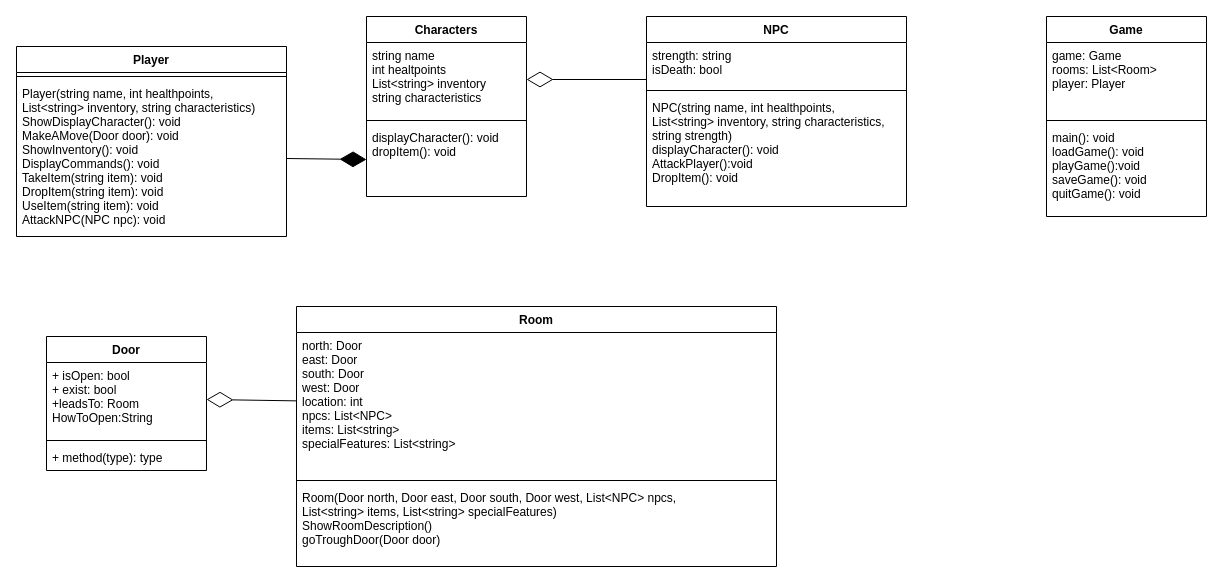
sabinecelina/SDAbschlussaufgabe keeps this draw.io diagram as Concept/ClassDiagram/ClassDiagramFull.drawio. Above is the earlier version. Source tidied: cells renumbered, new cells numbered last; positions are measured from the earlier drawing's top-left corner, leaving out a move shared by most shapes. Both pictures are drawn from the tidied source at 100%, with x=0, y=0 at pixel (16, 16).
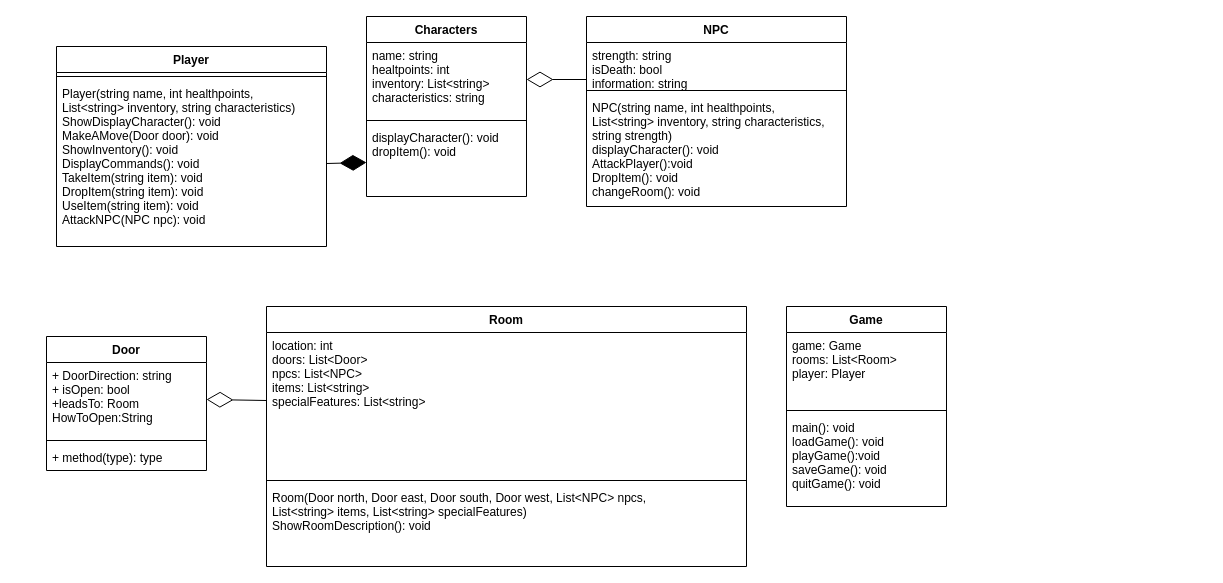
The same page after the edit.

Commit message (it also covers changes not shown here):
changed activity diagram

The change refers to these unchanged cells:
```xml
<mxCell id="5" value="Characters" style="swimlane;fontStyle=1;align=center;verticalAlign=top;horizontal=1;startSize=26;" parent="1" vertex="1">
  <mxGeometry x="350" width="160" height="180" as="geometry" />
</mxCell>
<mxCell id="15" value="Door" style="swimlane;fontStyle=1;align=center;verticalAlign=top;horizontal=1;startSize=26;" parent="1" vertex="1">
  <mxGeometry x="30" y="320" width="160" height="134" as="geometry" />
</mxCell>
```

Change to the diagram source:
```diff
@@
     <mxCell id="2" value="Player" style="swimlane;fontStyle=1;align=center;verticalAlign=top;horizontal=1;startSize=26;" parent="1" vertex="1">
-      <mxGeometry y="30" width="270" height="190" as="geometry" />
+      <mxGeometry x="40" y="30" width="270" height="200" as="geometry" />
     </mxCell>
@@
     <mxCell id="4" value="Player(string name, int healthpoints, &#10;List&lt;string&gt; inventory, string characteristics)&#10;ShowDisplayCharacter(): void&#10;MakeAMove(Door door): void&#10;ShowInventory(): void&#10;DisplayCommands(): void&#10;TakeItem(string item): void&#10;DropItem(string item): void&#10;UseItem(string item): void&#10;AttackNPC(NPC npc): void&#10;" style="text;strokeColor=none;fillColor=none;align=left;verticalAlign=top;spacingLeft=4;spacingRight=4;overflow=hidden;points=[[0,0.5],[1,0.5]];portConstraint=eastwest;" parent="2" vertex="1">
-      <mxGeometry y="34" width="270" height="156" as="geometry" />
+      <mxGeometry y="34" width="270" height="166" as="geometry" />
     </mxCell>
@@
-    <mxCell id="6" value="string name&#10;int healtpoints&#10;List&lt;string&gt; inventory &#10;string characteristics" style="text;strokeColor=none;fillColor=none;align=left;verticalAlign=top;spacingLeft=4;spacingRight=4;overflow=hidden;points=[[0,0.5],[1,0.5]];portConstraint=eastwest;" parent="5" vertex="1">
+    <mxCell id="6" value="name: string &#10;healtpoints: int&#10;inventory: List&lt;string&gt; &#10;characteristics: string" style="text;strokeColor=none;fillColor=none;align=left;verticalAlign=top;spacingLeft=4;spacingRight=4;overflow=hidden;points=[[0,0.5],[1,0.5]];portConstraint=eastwest;" parent="5" vertex="1">
       <mxGeometry y="26" width="160" height="74" as="geometry" />
     </mxCell>
@@
     <mxCell id="9" value="NPC" style="swimlane;fontStyle=1;align=center;verticalAlign=top;horizontal=1;startSize=26;" parent="1" vertex="1">
-      <mxGeometry x="630" width="260" height="190" as="geometry" />
+      <mxGeometry x="570" width="260" height="190" as="geometry" />
     </mxCell>
-    <mxCell id="10" value="strength: string&#10;isDeath: bool" style="text;strokeColor=none;fillColor=none;align=left;verticalAlign=top;spacingLeft=4;spacingRight=4;overflow=hidden;" parent="9" vertex="1">
+    <mxCell id="10" value="strength: string&#10;isDeath: bool&#10;information: string" style="text;strokeColor=none;fillColor=none;align=left;verticalAlign=top;spacingLeft=4;spacingRight=4;overflow=hidden;" parent="9" vertex="1">
       <mxGeometry y="26" width="260" height="44" as="geometry" />
     </mxCell>
@@
-    <mxCell id="12" value="NPC(string name, int healthpoints, &#10;List&lt;string&gt; inventory, string characteristics,&#10;string strength)&#10;displayCharacter(): void&#10;AttackPlayer():void&#10;DropItem(): void" style="text;strokeColor=none;fillColor=none;align=left;verticalAlign=top;spacingLeft=4;spacingRight=4;overflow=hidden;" parent="9" vertex="1">
+    <mxCell id="12" value="NPC(string name, int healthpoints, &#10;List&lt;string&gt; inventory, string characteristics,&#10;string strength)&#10;displayCharacter(): void&#10;AttackPlayer():void&#10;DropItem(): void&#10;changeRoom(): void" style="text;strokeColor=none;fillColor=none;align=left;verticalAlign=top;spacingLeft=4;spacingRight=4;overflow=hidden;" parent="9" vertex="1">
       <mxGeometry y="78" width="260" height="112" as="geometry" />
     </mxCell>
     <mxCell id="13" style="endArrow=diamondThin;endFill=0;endSize=24;html=1;entryX=1;entryY=0.5;entryDx=0;entryDy=0;" parent="1" edge="1" target="6">
       <mxGeometry relative="1" as="geometry">
-        <mxPoint x="630" y="63" as="sourcePoint" />
+        <mxPoint x="570" y="63" as="sourcePoint" />
       </mxGeometry>
     </mxCell>
@@
-    <mxCell id="16" value="+ isOpen: bool&#10;+ exist: bool&#10;+leadsTo: Room&#10;HowToOpen:String" style="text;strokeColor=none;fillColor=none;align=left;verticalAlign=top;spacingLeft=4;spacingRight=4;overflow=hidden;points=[[0,0.5],[1,0.5]];portConstraint=eastwest;" parent="15" vertex="1">
+    <mxCell id="16" value="+ DoorDirection: string&#10;+ isOpen: bool&#10;+leadsTo: Room&#10;HowToOpen:String" style="text;strokeColor=none;fillColor=none;align=left;verticalAlign=top;spacingLeft=4;spacingRight=4;overflow=hidden;points=[[0,0.5],[1,0.5]];portConstraint=eastwest;" parent="15" vertex="1">
       <mxGeometry y="26" width="160" height="74" as="geometry" />
     </mxCell>
@@
     <mxCell id="19" value="Room" style="swimlane;fontStyle=1;align=center;verticalAlign=top;horizontal=1;startSize=26;" parent="1" vertex="1">
-      <mxGeometry x="280" y="290" width="480" height="260" as="geometry" />
+      <mxGeometry x="250" y="290" width="480" height="260" as="geometry" />
     </mxCell>
-    <mxCell id="20" value="north: Door&#10;east: Door&#10;south: Door&#10;west: Door&#10;location: int&#10;npcs: List&lt;NPC&gt; &#10;items: List&lt;string&gt; &#10;specialFeatures: List&lt;string&gt; " style="text;strokeColor=none;fillColor=none;align=left;verticalAlign=top;spacingLeft=4;spacingRight=4;overflow=hidden;points=[[0,0.5],[1,0.5]];portConstraint=eastwest;" parent="19" vertex="1">
+    <mxCell id="20" value="location: int&#10;doors: List&lt;Door&gt;&#10;npcs: List&lt;NPC&gt; &#10;items: List&lt;string&gt; &#10;specialFeatures: List&lt;string&gt; " style="text;strokeColor=none;fillColor=none;align=left;verticalAlign=top;spacingLeft=4;spacingRight=4;overflow=hidden;points=[[0,0.5],[1,0.5]];portConstraint=eastwest;" parent="19" vertex="1">
       <mxGeometry y="26" width="480" height="144" as="geometry" />
     </mxCell>
@@
-    <mxCell id="22" value="Room(Door north, Door east, Door south, Door west, List&lt;NPC&gt; npcs, &#10;List&lt;string&gt; items, List&lt;string&gt; specialFeatures)&#10;ShowRoomDescription()&#10;goTroughDoor(Door door)" style="text;strokeColor=none;fillColor=none;align=left;verticalAlign=top;spacingLeft=4;spacingRight=4;overflow=hidden;" parent="19" vertex="1">
+    <mxCell id="22" value="Room(Door north, Door east, Door south, Door west, List&lt;NPC&gt; npcs, &#10;List&lt;string&gt; items, List&lt;string&gt; specialFeatures)&#10;ShowRoomDescription(): void" style="text;strokeColor=none;fillColor=none;align=left;verticalAlign=top;spacingLeft=4;spacingRight=4;overflow=hidden;" parent="19" vertex="1">
       <mxGeometry y="178" width="480" height="82" as="geometry" />
     </mxCell>
@@
     <mxCell id="24" value="Game" style="swimlane;fontStyle=1;align=center;verticalAlign=top;horizontal=1;startSize=26;" parent="1" vertex="1">
-      <mxGeometry x="1030" width="160" height="200" as="geometry" />
+      <mxGeometry x="770" y="290" width="160" height="200" as="geometry" />
     </mxCell>
```
